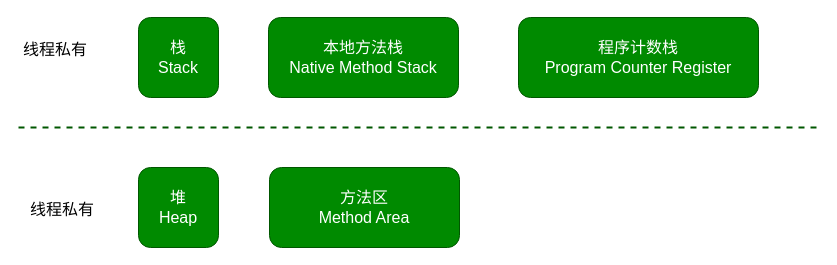
Above: JVM内存模型.drawio in keke0007/drawio (draw.io), before the change. Source tidied: cells renumbered, new cells numbered last; positions are measured from the earlier drawing's top-left corner, leaving out a move shared by most shapes. Both pictures are drawn from the tidied source at 100%, with x=0, y=0 at pixel (18, 17).
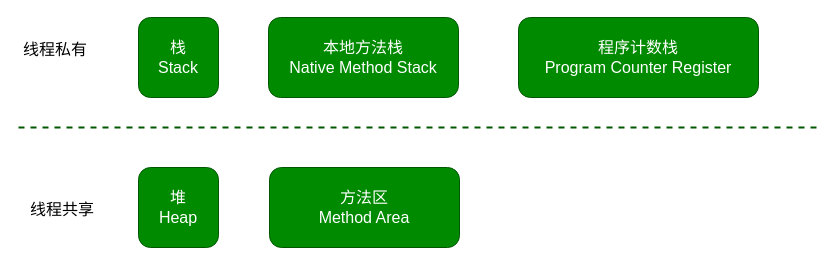
After the change.

Diff of the diagram source:
```diff
@@
 <mxGraphModel>
   <root>
     <mxCell id="0" />
     <mxCell id="1" parent="0" />
     <mxCell id="2" value="线程私有" style="text;html=1;align=left;verticalAlign=top;spacingTop=-4;fontSize=16;" parent="1" vertex="1">
       <mxGeometry x="3" y="20" width="80" height="20" as="geometry" />
     </mxCell>
     <mxCell id="3" style="endArrow=none;dashed=1;html=1;strokeWidth=2;fontSize=16;fillColor=#008a00;strokeColor=#005700;" parent="1" edge="1">
       <mxGeometry relative="1" as="geometry">
         <mxPoint y="110" as="sourcePoint" />
         <mxPoint x="800" y="110" as="targetPoint" />
       </mxGeometry>
     </mxCell>
     <mxCell id="4" value="栈&lt;br&gt;Stack&lt;br&gt;" style="whiteSpace=wrap;html=1;rounded=1;comic=0;fontSize=16;fillColor=#008a00;strokeColor=#005700;fontColor=#ffffff;" parent="1" vertex="1">
       <mxGeometry x="120" width="80" height="80" as="geometry" />
     </mxCell>
     <mxCell id="5" value="本地方法栈&lt;br&gt;Native Method Stack&lt;br&gt;" style="rounded=1;whiteSpace=wrap;html=1;comic=0;fontSize=16;fillColor=#008a00;strokeColor=#005700;fontColor=#ffffff;" parent="1" vertex="1">
       <mxGeometry x="250" width="190" height="80" as="geometry" />
     </mxCell>
     <mxCell id="6" value="程序计数栈&lt;br&gt;Program Counter Register&lt;br&gt;" style="rounded=1;whiteSpace=wrap;html=1;comic=0;fontSize=16;fillColor=#008a00;strokeColor=#005700;fontColor=#ffffff;" parent="1" vertex="1">
       <mxGeometry x="500" width="240" height="80" as="geometry" />
     </mxCell>
-    <mxCell id="7" value="线程私有" style="text;html=1;align=left;verticalAlign=top;spacingTop=-4;fontSize=16;" parent="1" vertex="1">
+    <mxCell id="7" value="线程共享" style="text;html=1;align=left;verticalAlign=top;spacingTop=-4;fontSize=16;" parent="1" vertex="1">
       <mxGeometry x="10" y="180" width="80" height="20" as="geometry" />
     </mxCell>
     <mxCell id="8" value="堆&lt;br&gt;Heap&lt;br&gt;" style="whiteSpace=wrap;html=1;rounded=1;comic=0;fontSize=16;fillColor=#008a00;strokeColor=#005700;fontColor=#ffffff;" parent="1" vertex="1">
       <mxGeometry x="120" y="150" width="80" height="80" as="geometry" />
     </mxCell>
     <mxCell id="9" value="方法区&lt;br&gt;Method Area&lt;br&gt;" style="rounded=1;whiteSpace=wrap;html=1;comic=0;fontSize=16;fillColor=#008a00;strokeColor=#005700;fontColor=#ffffff;" parent="1" vertex="1">
       <mxGeometry x="251" y="150" width="190" height="80" as="geometry" />
     </mxCell>
   </root>
 </mxGraphModel>
```
